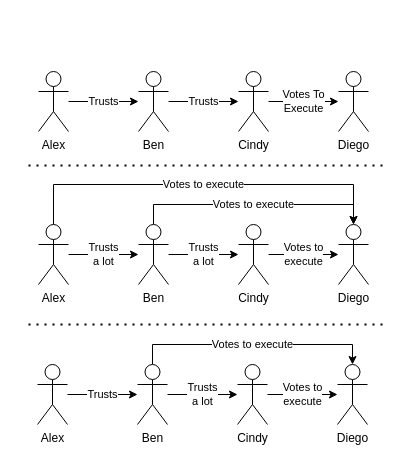
Earlier version of the draw.io diagram Documentation/Drawio/CommunicationConflictResolution.drawio (GeorgeVelikov/RLereWolf). Source tidied: cells renumbered, new cells numbered last; positions are measured from the earlier drawing's top-left corner, leaving out a move shared by most shapes. Both pictures are drawn from the tidied source at 100%, with x=0, y=0 at pixel (28, 71).
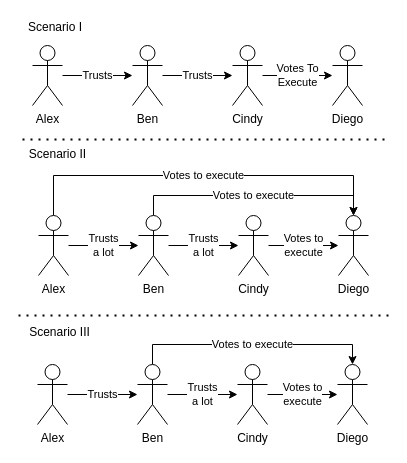
Above is the later version.

Change to the diagram source:
```diff
@@
     <mxCell id="2" value="Diego" style="shape=umlActor;verticalLabelPosition=bottom;verticalAlign=top;html=1;outlineConnect=0;" parent="1" vertex="1">
-      <mxGeometry x="310" width="30" height="60" as="geometry" />
+      <mxGeometry x="304" y="-26" width="30" height="60" as="geometry" />
     </mxCell>
@@
     <mxCell id="4" value="Ben" style="shape=umlActor;verticalLabelPosition=bottom;verticalAlign=top;html=1;outlineConnect=0;" parent="1" vertex="1">
-      <mxGeometry x="110" width="30" height="60" as="geometry" />
+      <mxGeometry x="104" y="-26" width="30" height="60" as="geometry" />
     </mxCell>
@@
     <mxCell id="6" value="Alex" style="shape=umlActor;verticalLabelPosition=bottom;verticalAlign=top;html=1;outlineConnect=0;" parent="1" vertex="1">
-      <mxGeometry x="10" width="30" height="60" as="geometry" />
+      <mxGeometry x="4" y="-26" width="30" height="60" as="geometry" />
     </mxCell>
@@
     <mxCell id="8" value="Cindy" style="shape=umlActor;verticalLabelPosition=bottom;verticalAlign=top;html=1;outlineConnect=0;" parent="1" vertex="1">
-      <mxGeometry x="210" width="30" height="60" as="geometry" />
+      <mxGeometry x="204" y="-26" width="30" height="60" as="geometry" />
     </mxCell>
     <mxCell id="9" value="Diego" style="shape=umlActor;verticalLabelPosition=bottom;verticalAlign=top;html=1;outlineConnect=0;" parent="1" vertex="1">
-      <mxGeometry x="310" y="153" width="30" height="60" as="geometry" />
+      <mxGeometry x="310" y="144" width="30" height="60" as="geometry" />
     </mxCell>
@@
     <mxCell id="11" value="Votes to execute" style="edgeStyle=orthogonalEdgeStyle;rounded=0;jettySize=auto;html=1;entryX=0.5;entryY=0;entryDx=0;entryDy=0;entryPerimeter=0;" parent="1" edge="1" source="12" target="9">
       <mxGeometry relative="1" as="geometry">
         <Array as="points">
-          <mxPoint x="125" y="133" />
-          <mxPoint x="325" y="133" />
+          <mxPoint x="125" y="124" />
+          <mxPoint x="325" y="124" />
         </Array>
       </mxGeometry>
     </mxCell>
     <mxCell id="12" value="Ben" style="shape=umlActor;verticalLabelPosition=bottom;verticalAlign=top;html=1;outlineConnect=0;" parent="1" vertex="1">
-      <mxGeometry x="110" y="153" width="30" height="60" as="geometry" />
+      <mxGeometry x="110" y="144" width="30" height="60" as="geometry" />
     </mxCell>
@@
     <mxCell id="14" value="Votes to execute" style="edgeStyle=orthogonalEdgeStyle;rounded=0;jettySize=auto;html=1;entryX=0.5;entryY=0;entryDx=0;entryDy=0;entryPerimeter=0;" parent="1" edge="1" source="15" target="9">
       <mxGeometry relative="1" as="geometry">
         <Array as="points">
-          <mxPoint x="25" y="113" />
-          <mxPoint x="325" y="113" />
+          <mxPoint x="25" y="104" />
+          <mxPoint x="325" y="104" />
         </Array>
       </mxGeometry>
     </mxCell>
     <mxCell id="15" value="Alex" style="shape=umlActor;verticalLabelPosition=bottom;verticalAlign=top;html=1;outlineConnect=0;" parent="1" vertex="1">
-      <mxGeometry x="10" y="153" width="30" height="60" as="geometry" />
+      <mxGeometry x="10" y="144" width="30" height="60" as="geometry" />
     </mxCell>
@@
     <mxCell id="17" value="Cindy" style="shape=umlActor;verticalLabelPosition=bottom;verticalAlign=top;html=1;outlineConnect=0;" parent="1" vertex="1">
-      <mxGeometry x="210" y="153" width="30" height="60" as="geometry" />
+      <mxGeometry x="210" y="144" width="30" height="60" as="geometry" />
     </mxCell>
@@
     <mxCell id="26" style="endArrow=none;dashed=1;html=1;dashPattern=1 3;strokeWidth=2;" parent="1" edge="1">
       <mxGeometry relative="1" as="geometry">
-        <mxPoint y="94" as="sourcePoint" />
-        <mxPoint x="360" y="94" as="targetPoint" />
+        <mxPoint x="-6" y="68" as="sourcePoint" />
+        <mxPoint x="360" y="68" as="targetPoint" />
       </mxGeometry>
     </mxCell>
     <mxCell id="27" style="endArrow=none;dashed=1;html=1;dashPattern=1 3;strokeWidth=2;" parent="1" edge="1">
       <mxGeometry relative="1" as="geometry">
-        <mxPoint y="253" as="sourcePoint" />
-        <mxPoint x="360" y="253" as="targetPoint" />
+        <mxPoint x="-10" y="244" as="sourcePoint" />
+        <mxPoint x="360" y="244" as="targetPoint" />
       </mxGeometry>
     </mxCell>
+    <mxCell id="28" value="Scenario I" style="text;html=1;strokeColor=none;fillColor=none;align=center;verticalAlign=middle;whiteSpace=wrap;rounded=0;" parent="1" vertex="1">
+      <mxGeometry x="-3.5" y="-54" width="60" height="20" as="geometry" />
+    </mxCell>
+    <mxCell id="29" value="Scenario II" style="text;html=1;strokeColor=none;fillColor=none;align=center;verticalAlign=middle;whiteSpace=wrap;rounded=0;" parent="1" vertex="1">
+      <mxGeometry x="-6" y="73" width="71" height="20" as="geometry" />
+    </mxCell>
+    <mxCell id="30" value="Scenario III" style="text;html=1;strokeColor=none;fillColor=none;align=center;verticalAlign=middle;whiteSpace=wrap;rounded=0;" parent="1" vertex="1">
+      <mxGeometry x="-4" y="251" width="71" height="20" as="geometry" />
+    </mxCell>
```
